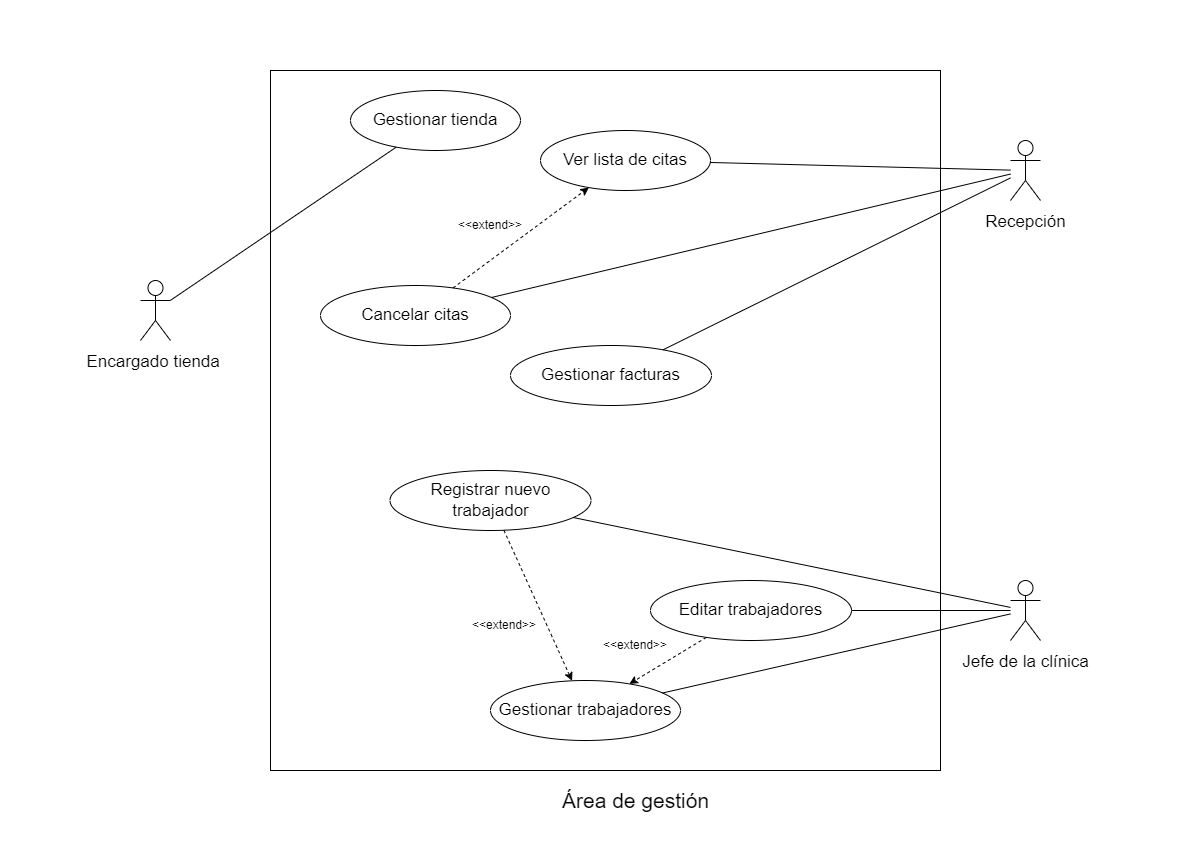
Earlier version of the draw.io export Proyecto remus/images/$Casos_de_uso_area_de_gestion.png (mpadillatabuenca/Proyecto-IR-Cinetica). Source tidied: cells renumbered, new cells last; positions are measured from the earlier drawing's top-left corner, leaving out a move shared by most shapes. Its diagram source:
```xml
<mxGraphModel>
  <root>
    <mxCell id="0" />
    <mxCell id="1" parent="0" />
    <mxCell id="2" style="rounded=0;whiteSpace=wrap;html=1;strokeColor=none;" parent="1" vertex="1">
      <mxGeometry width="1180" height="850" as="geometry" />
    </mxCell>
    <mxCell id="3" style="rounded=0;whiteSpace=wrap;html=1;" parent="1" vertex="1">
      <mxGeometry x="270" y="70" width="670" height="700" as="geometry" />
    </mxCell>
    <mxCell id="4" value="&lt;font style=&quot;font-size: 21px&quot;&gt;Área de gestión&lt;/font&gt;" style="text;html=1;align=center;verticalAlign=middle;strokeColor=none;fillColor=none;" parent="1" vertex="1">
      <mxGeometry x="555" y="790" width="160" height="20" as="geometry" />
    </mxCell>
    <mxCell id="5" value="&lt;span style=&quot;font-size: 17px&quot;&gt;Encargado tienda&amp;nbsp;&lt;/span&gt;" style="shape=umlActor;verticalLabelPosition=bottom;verticalAlign=top;html=1;outlineConnect=0;fontSize=21;" parent="1" vertex="1">
      <mxGeometry x="140" y="280" width="30" height="60" as="geometry" />
    </mxCell>
    <mxCell id="6" value="Gestionar tienda" style="ellipse;whiteSpace=wrap;html=1;fontSize=17;" parent="1" vertex="1">
      <mxGeometry x="350" y="90" width="170" height="60" as="geometry" />
    </mxCell>
    <mxCell id="7" style="endArrow=none;html=1;rounded=0;fontSize=16;" parent="1" edge="1" source="5" target="6">
      <mxGeometry relative="1" as="geometry" />
    </mxCell>
    <mxCell id="8" value="Ver lista de citas" style="ellipse;whiteSpace=wrap;html=1;fontSize=17;" parent="1" vertex="1">
      <mxGeometry x="540" y="130" width="170" height="60" as="geometry" />
    </mxCell>
    <mxCell id="9" value="Gestionar facturas" style="ellipse;whiteSpace=wrap;html=1;fontSize=17;" parent="1" vertex="1">
      <mxGeometry x="510" y="345" width="201" height="60" as="geometry" />
    </mxCell>
    <mxCell id="10" value="Cancelar citas" style="ellipse;whiteSpace=wrap;html=1;fontSize=17;" parent="1" vertex="1">
      <mxGeometry x="320" y="285" width="190" height="60" as="geometry" />
    </mxCell>
    <mxCell id="11" value="Gestionar trabajadores" style="ellipse;whiteSpace=wrap;html=1;fontSize=17;" parent="1" vertex="1">
      <mxGeometry x="490" y="680" width="190" height="60" as="geometry" />
    </mxCell>
    <mxCell id="12" value="&lt;span style=&quot;font-size: 17px&quot;&gt;Recepción&lt;/span&gt;" style="shape=umlActor;verticalLabelPosition=bottom;verticalAlign=top;html=1;outlineConnect=0;fontSize=21;" parent="1" vertex="1">
      <mxGeometry x="1010" y="140" width="30" height="60" as="geometry" />
    </mxCell>
    <mxCell id="13" value="&lt;span style=&quot;font-size: 17px&quot;&gt;Jefe de la clínica&lt;/span&gt;" style="shape=umlActor;verticalLabelPosition=bottom;verticalAlign=top;html=1;outlineConnect=0;fontSize=21;" parent="1" vertex="1">
      <mxGeometry x="1010" y="580" width="30" height="60" as="geometry" />
    </mxCell>
    <mxCell id="14" style="endArrow=classic;html=1;rounded=0;dashed=1;fontSize=12;" parent="1" edge="1" source="10" target="8">
      <mxGeometry relative="1" as="geometry" />
    </mxCell>
    <mxCell id="15" value="&amp;lt;&amp;lt;extend&amp;gt;&amp;gt;" style="text;html=1;strokeColor=none;fillColor=none;align=center;verticalAlign=middle;whiteSpace=wrap;rounded=0;fontSize=12;" parent="1" vertex="1">
      <mxGeometry x="460" y="210" width="60" height="30" as="geometry" />
    </mxCell>
    <mxCell id="16" style="endArrow=none;html=1;rounded=0;fontSize=12;" parent="1" edge="1" source="8" target="12">
      <mxGeometry relative="1" as="geometry" />
    </mxCell>
    <mxCell id="17" style="endArrow=none;html=1;rounded=0;fontSize=12;" parent="1" edge="1" source="10" target="12">
      <mxGeometry relative="1" as="geometry" />
    </mxCell>
    <mxCell id="18" style="endArrow=none;html=1;rounded=0;fontSize=12;" parent="1" edge="1" source="9" target="12">
      <mxGeometry relative="1" as="geometry" />
    </mxCell>
    <mxCell id="19" style="endArrow=none;html=1;rounded=0;fontSize=12;" parent="1" edge="1" source="13" target="11">
      <mxGeometry relative="1" as="geometry" />
    </mxCell>
    <mxCell id="20" value="Editar trabajadores" style="ellipse;whiteSpace=wrap;html=1;fontSize=17;" parent="1" vertex="1">
      <mxGeometry x="650" y="580" width="201" height="60" as="geometry" />
    </mxCell>
    <mxCell id="21" value="Registrar nuevo trabajador" style="ellipse;whiteSpace=wrap;html=1;fontSize=17;" parent="1" vertex="1">
      <mxGeometry x="389.5" y="470" width="201" height="60" as="geometry" />
    </mxCell>
    <mxCell id="22" style="endArrow=none;html=1;rounded=0;fontSize=12;" parent="1" edge="1" source="13" target="21">
      <mxGeometry relative="1" as="geometry" />
    </mxCell>
    <mxCell id="23" style="endArrow=none;html=1;rounded=0;fontSize=12;" parent="1" edge="1" source="13" target="20">
      <mxGeometry relative="1" as="geometry" />
    </mxCell>
    <mxCell id="24" style="endArrow=classic;html=1;rounded=0;dashed=1;fontSize=12;" parent="1" edge="1" source="21" target="11">
      <mxGeometry relative="1" as="geometry" />
    </mxCell>
    <mxCell id="25" value="&amp;lt;&amp;lt;extend&amp;gt;&amp;gt;" style="text;html=1;strokeColor=none;fillColor=none;align=center;verticalAlign=middle;whiteSpace=wrap;rounded=0;fontSize=12;" parent="1" vertex="1">
      <mxGeometry x="474" y="610" width="60" height="30" as="geometry" />
    </mxCell>
    <mxCell id="26" style="endArrow=classic;html=1;rounded=0;dashed=1;fontSize=12;" parent="1" edge="1" source="20" target="11">
      <mxGeometry relative="1" as="geometry" />
    </mxCell>
    <mxCell id="27" value="&amp;lt;&amp;lt;extend&amp;gt;&amp;gt;" style="text;html=1;strokeColor=none;fillColor=none;align=center;verticalAlign=middle;whiteSpace=wrap;rounded=0;fontSize=12;" parent="1" vertex="1">
      <mxGeometry x="605" y="630" width="60" height="30" as="geometry" />
    </mxCell>
  </root>
</mxGraphModel>
```
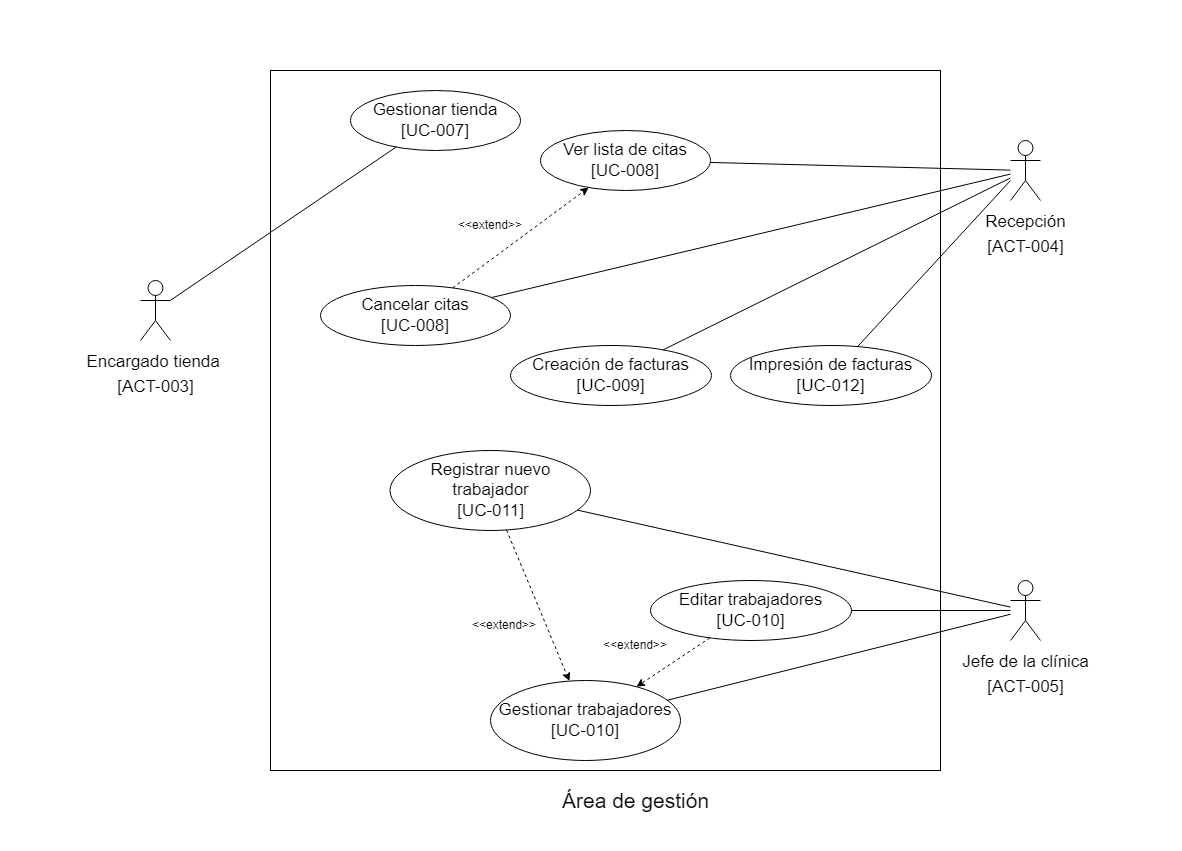
The same diagram one commit later.

The edit, as a diff of the source:
```diff
@@ -11,31 +11,31 @@
     <mxCell id="4" value="&lt;font style=&quot;font-size: 21px&quot;&gt;Área de gestión&lt;/font&gt;" style="text;html=1;align=center;verticalAlign=middle;strokeColor=none;fillColor=none;" parent="1" vertex="1">
       <mxGeometry x="555" y="790" width="160" height="20" as="geometry" />
     </mxCell>
-    <mxCell id="5" value="&lt;span style=&quot;font-size: 17px&quot;&gt;Encargado tienda&amp;nbsp;&lt;/span&gt;" style="shape=umlActor;verticalLabelPosition=bottom;verticalAlign=top;html=1;outlineConnect=0;fontSize=21;" parent="1" vertex="1">
+    <mxCell id="5" value="&lt;span style=&quot;font-size: 17px&quot;&gt;Encargado tienda&amp;nbsp;&lt;br&gt;[ACT-003]&lt;br&gt;&lt;/span&gt;" style="shape=umlActor;verticalLabelPosition=bottom;verticalAlign=top;html=1;outlineConnect=0;fontSize=21;" parent="1" vertex="1">
       <mxGeometry x="140" y="280" width="30" height="60" as="geometry" />
     </mxCell>
-    <mxCell id="6" value="Gestionar tienda" style="ellipse;whiteSpace=wrap;html=1;fontSize=17;" parent="1" vertex="1">
+    <mxCell id="6" value="Gestionar tienda&lt;br&gt;[UC-007]" style="ellipse;whiteSpace=wrap;html=1;fontSize=17;" parent="1" vertex="1">
       <mxGeometry x="350" y="90" width="170" height="60" as="geometry" />
     </mxCell>
     <mxCell id="7" style="endArrow=none;html=1;rounded=0;fontSize=16;" parent="1" edge="1" source="5" target="6">
       <mxGeometry relative="1" as="geometry" />
     </mxCell>
-    <mxCell id="8" value="Ver lista de citas" style="ellipse;whiteSpace=wrap;html=1;fontSize=17;" parent="1" vertex="1">
+    <mxCell id="8" value="Ver lista de citas&lt;br&gt;[UC-008]" style="ellipse;whiteSpace=wrap;html=1;fontSize=17;" parent="1" vertex="1">
       <mxGeometry x="540" y="130" width="170" height="60" as="geometry" />
     </mxCell>
-    <mxCell id="9" value="Gestionar facturas" style="ellipse;whiteSpace=wrap;html=1;fontSize=17;" parent="1" vertex="1">
+    <mxCell id="9" value="Creación de facturas&lt;br&gt;[UC-009]" style="ellipse;whiteSpace=wrap;html=1;fontSize=17;" parent="1" vertex="1">
       <mxGeometry x="510" y="345" width="201" height="60" as="geometry" />
     </mxCell>
-    <mxCell id="10" value="Cancelar citas" style="ellipse;whiteSpace=wrap;html=1;fontSize=17;" parent="1" vertex="1">
+    <mxCell id="10" value="Cancelar citas&lt;br&gt;[UC-008]" style="ellipse;whiteSpace=wrap;html=1;fontSize=17;" parent="1" vertex="1">
       <mxGeometry x="320" y="285" width="190" height="60" as="geometry" />
     </mxCell>
-    <mxCell id="11" value="Gestionar trabajadores" style="ellipse;whiteSpace=wrap;html=1;fontSize=17;" parent="1" vertex="1">
-      <mxGeometry x="490" y="680" width="190" height="60" as="geometry" />
+    <mxCell id="11" value="Gestionar trabajadores&lt;br&gt;[UC-010]" style="ellipse;whiteSpace=wrap;html=1;fontSize=17;" parent="1" vertex="1">
+      <mxGeometry x="490" y="680" width="190" height="80" as="geometry" />
     </mxCell>
-    <mxCell id="12" value="&lt;span style=&quot;font-size: 17px&quot;&gt;Recepción&lt;/span&gt;" style="shape=umlActor;verticalLabelPosition=bottom;verticalAlign=top;html=1;outlineConnect=0;fontSize=21;" parent="1" vertex="1">
+    <mxCell id="12" value="&lt;span style=&quot;font-size: 17px&quot;&gt;Recepción&lt;br&gt;[ACT-004]&lt;br&gt;&lt;/span&gt;" style="shape=umlActor;verticalLabelPosition=bottom;verticalAlign=top;html=1;outlineConnect=0;fontSize=21;" parent="1" vertex="1">
       <mxGeometry x="1010" y="140" width="30" height="60" as="geometry" />
     </mxCell>
-    <mxCell id="13" value="&lt;span style=&quot;font-size: 17px&quot;&gt;Jefe de la clínica&lt;/span&gt;" style="shape=umlActor;verticalLabelPosition=bottom;verticalAlign=top;html=1;outlineConnect=0;fontSize=21;" parent="1" vertex="1">
+    <mxCell id="13" value="&lt;span style=&quot;font-size: 17px&quot;&gt;Jefe de la clínica&lt;br&gt;[ACT-005]&lt;br&gt;&lt;/span&gt;" style="shape=umlActor;verticalLabelPosition=bottom;verticalAlign=top;html=1;outlineConnect=0;fontSize=21;" parent="1" vertex="1">
       <mxGeometry x="1010" y="580" width="30" height="60" as="geometry" />
     </mxCell>
     <mxCell id="14" style="endArrow=classic;html=1;rounded=0;dashed=1;fontSize=12;" parent="1" edge="1" source="10" target="8">
@@ -56,11 +56,11 @@
     <mxCell id="19" style="endArrow=none;html=1;rounded=0;fontSize=12;" parent="1" edge="1" source="13" target="11">
       <mxGeometry relative="1" as="geometry" />
     </mxCell>
-    <mxCell id="20" value="Editar trabajadores" style="ellipse;whiteSpace=wrap;html=1;fontSize=17;" parent="1" vertex="1">
+    <mxCell id="20" value="Editar trabajadores&lt;br&gt;[UC-010]" style="ellipse;whiteSpace=wrap;html=1;fontSize=17;" parent="1" vertex="1">
       <mxGeometry x="650" y="580" width="201" height="60" as="geometry" />
     </mxCell>
-    <mxCell id="21" value="Registrar nuevo trabajador" style="ellipse;whiteSpace=wrap;html=1;fontSize=17;" parent="1" vertex="1">
-      <mxGeometry x="389.5" y="470" width="201" height="60" as="geometry" />
+    <mxCell id="21" value="Registrar nuevo trabajador&lt;br&gt;[UC-011]" style="ellipse;whiteSpace=wrap;html=1;fontSize=17;" parent="1" vertex="1">
+      <mxGeometry x="389.5" y="450" width="200.5" height="80" as="geometry" />
     </mxCell>
     <mxCell id="22" style="endArrow=none;html=1;rounded=0;fontSize=12;" parent="1" edge="1" source="13" target="21">
       <mxGeometry relative="1" as="geometry" />
@@ -80,5 +80,13 @@
     <mxCell id="27" value="&amp;lt;&amp;lt;extend&amp;gt;&amp;gt;" style="text;html=1;strokeColor=none;fillColor=none;align=center;verticalAlign=middle;whiteSpace=wrap;rounded=0;fontSize=12;" parent="1" vertex="1">
       <mxGeometry x="605" y="630" width="60" height="30" as="geometry" />
     </mxCell>
+    <mxCell id="28" value="Impresión de facturas&lt;br&gt;[UC-012]" style="ellipse;whiteSpace=wrap;html=1;fontSize=17;" parent="1" vertex="1">
+      <mxGeometry x="730" y="345" width="201" height="60" as="geometry" />
+    </mxCell>
+    <mxCell id="29" style="endArrow=none;html=1;rounded=0;fontSize=12;" parent="1" edge="1" source="28">
+      <mxGeometry relative="1" as="geometry">
+        <mxPoint x="1010" y="180" as="targetPoint" />
+      </mxGeometry>
+    </mxCell>
   </root>
 </mxGraphModel>
```
